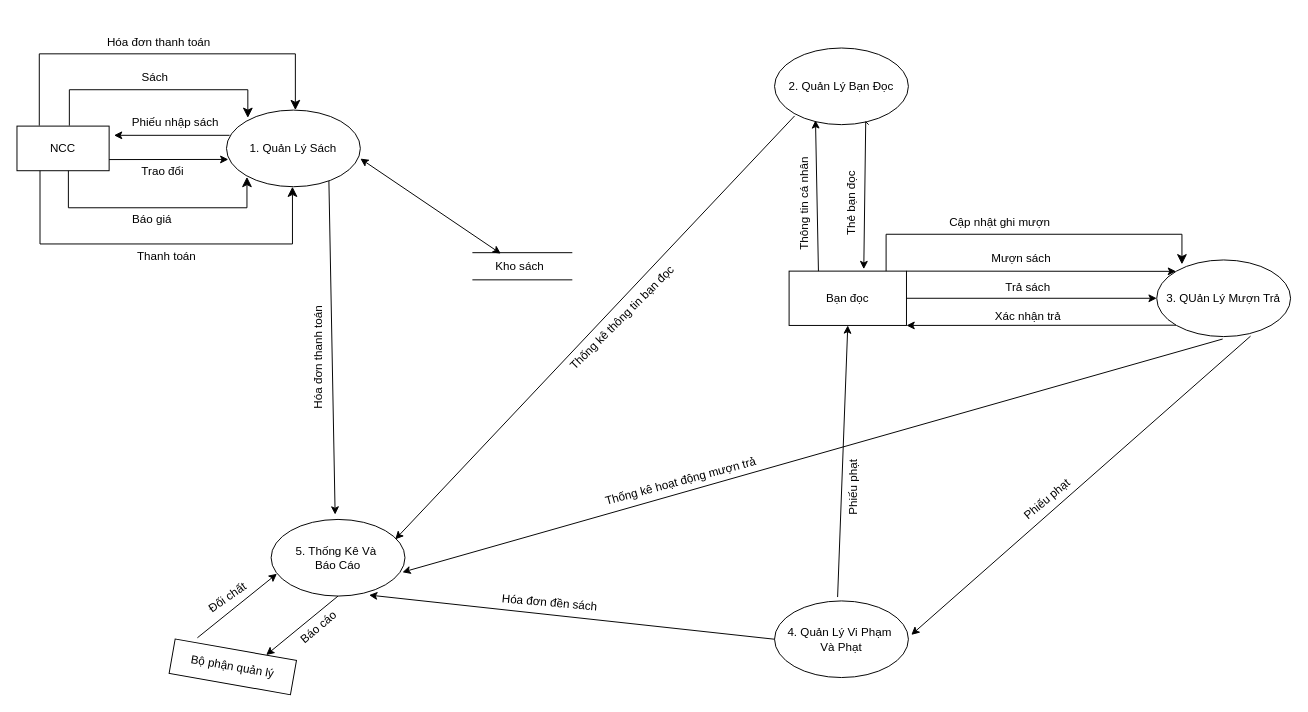
Earlier version of the draw.io diagram page "Sơ đồ mức đỉnh" (4 of 8) of Đồ án nhóm 1.drawio (Nguyenquynh235/DoAnNhom1). Source tidied: cells renumbered, new cells numbered last; positions are measured from the earlier drawing's top-left corner, leaving out a move shared by most shapes. Both pictures are drawn from the tidied source at 97%, with x=0, y=0 at pixel (16, 29).
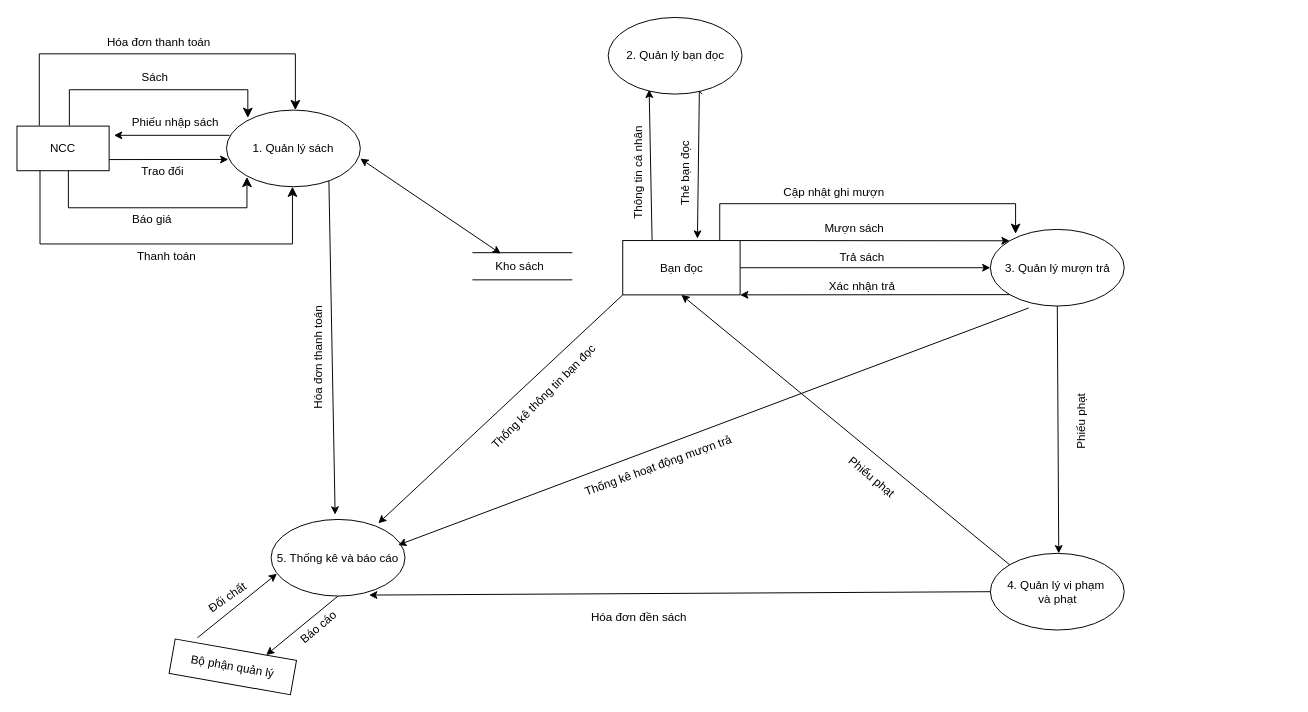
The same diagram, later.

Change to the diagram source:
```diff
@@
-    <mxCell id="2" value="1. Quản Lý Sách" style="ellipse;whiteSpace=wrap;html=1;" parent="1" vertex="1">
+    <mxCell id="2" value="1. Quản lý sách" style="ellipse;whiteSpace=wrap;html=1;" parent="1" vertex="1">
       <mxGeometry x="216" y="83" width="138" height="79" as="geometry" />
     </mxCell>
-    <mxCell id="3" value="2. Quản Lý Bạn Đọc" style="ellipse;whiteSpace=wrap;html=1;" parent="1" vertex="1">
-      <mxGeometry x="781" y="19" width="138" height="79" as="geometry" />
+    <mxCell id="3" value="2. Quản lý bạn đọc" style="ellipse;whiteSpace=wrap;html=1;" parent="1" vertex="1">
+      <mxGeometry x="609.5" y="-12.5" width="138" height="79" as="geometry" />
     </mxCell>
-    <mxCell id="4" value="3. QUản Lý Mượn Trả" style="ellipse;whiteSpace=wrap;html=1;" parent="1" vertex="1">
-      <mxGeometry x="1175" y="237.5" width="138" height="79" as="geometry" />
+    <mxCell id="4" value="3. Quản lý mượn trả" style="ellipse;whiteSpace=wrap;html=1;" parent="1" vertex="1">
+      <mxGeometry x="1003.5" y="206" width="138" height="79" as="geometry" />
     </mxCell>
-    <mxCell id="5" value="4. Quản Lý Vi Phạm&amp;nbsp;&lt;div&gt;Và Phạt&lt;/div&gt;" style="ellipse;whiteSpace=wrap;html=1;" parent="1" vertex="1">
-      <mxGeometry x="781" y="589" width="138" height="79" as="geometry" />
+    <mxCell id="5" value="4. Quản lý vi phạm&amp;nbsp;&lt;div&gt;và phạt&lt;/div&gt;" style="ellipse;whiteSpace=wrap;html=1;" parent="1" vertex="1">
+      <mxGeometry x="1003.5" y="540" width="138" height="79" as="geometry" />
     </mxCell>
-    <mxCell id="6" value="5. Thống Kê Và&amp;nbsp;&lt;div&gt;Báo Cáo&lt;/div&gt;" style="ellipse;whiteSpace=wrap;html=1;" parent="1" vertex="1">
+    <mxCell id="6" value="5. Thống kê và báo cáo" style="ellipse;whiteSpace=wrap;html=1;" parent="1" vertex="1">
       <mxGeometry x="262" y="505" width="138" height="79" as="geometry" />
     </mxCell>
@@
     <mxCell id="15" value="Bạn đọc" style="rounded=0;whiteSpace=wrap;html=1;" parent="1" vertex="1">
-      <mxGeometry x="796" y="249" width="121" height="56" as="geometry" />
+      <mxGeometry x="624.5" y="217.5" width="121" height="56" as="geometry" />
     </mxCell>
@@
     <mxCell id="17" style="endArrow=classic;html=1;rounded=0;exitX=0.703;exitY=1;exitDx=0;exitDy=0;exitPerimeter=0;" parent="1" edge="1" source="3">
       <mxGeometry relative="1" as="geometry">
-        <mxPoint x="873" y="247" as="targetPoint" />
+        <mxPoint x="701.5" y="215.5" as="targetPoint" />
         <Array as="points">
-          <mxPoint x="875" y="95" />
+          <mxPoint x="703.5" y="63.5" />
         </Array>
       </mxGeometry>
     </mxCell>
-    <mxCell id="18" style="endArrow=classic;html=1;rounded=0;entryX=0.5;entryY=1;entryDx=0;entryDy=0;" parent="1" edge="1" target="15">
-      <mxGeometry relative="1" as="geometry">
-        <mxPoint x="846" y="585" as="sourcePoint" />
-      </mxGeometry>
+    <mxCell id="18" style="endArrow=classic;html=1;rounded=0;entryX=0.5;entryY=1;entryDx=0;entryDy=0;exitX=0;exitY=0;exitDx=0;exitDy=0;" parent="1" edge="1" source="5" target="15">
+      <mxGeometry relative="1" as="geometry" />
     </mxCell>
-    <mxCell id="19" style="endArrow=classic;html=1;rounded=0;exitX=0.701;exitY=0.994;exitDx=0;exitDy=0;exitPerimeter=0;" parent="1" edge="1" source="4">
+    <mxCell id="19" style="endArrow=classic;html=1;rounded=0;exitX=0.5;exitY=1;exitDx=0;exitDy=0;" parent="1" edge="1" source="4">
       <mxGeometry relative="1" as="geometry">
-        <mxPoint x="922" y="624" as="targetPoint" />
+        <mxPoint x="1074" y="540" as="targetPoint" />
       </mxGeometry>
     </mxCell>
-    <mxCell id="20" style="endArrow=classic;html=1;rounded=0;entryX=0.981;entryY=0.689;entryDx=0;entryDy=0;entryPerimeter=0;" parent="1" edge="1" target="6">
+    <mxCell id="20" style="endArrow=classic;html=1;rounded=0;entryX=0.981;entryY=0.689;entryDx=0;entryDy=0;entryPerimeter=0;" parent="1" edge="1">
       <mxGeometry relative="1" as="geometry">
-        <mxPoint x="1243" y="319" as="sourcePoint" />
+        <mxPoint x="1043" y="287" as="sourcePoint" />
+        <mxPoint x="393" y="531.4" as="targetPoint" />
       </mxGeometry>
     </mxCell>
     <mxCell id="21" style="edgeStyle=elbowEdgeStyle;elbow=vertical;endArrow=classic;html=1;curved=0;rounded=0;endSize=8;startSize=8;exitX=0.868;exitY=0.036;exitDx=0;exitDy=0;exitPerimeter=0;" parent="1" edge="1">
       <mxGeometry relative="1" as="geometry">
-        <mxPoint x="896" y="249" as="sourcePoint" />
-        <mxPoint x="1201" y="242" as="targetPoint" />
+        <mxPoint x="724.5" y="217.5" as="sourcePoint" />
+        <mxPoint x="1029.5" y="210.5" as="targetPoint" />
         <Array as="points">
-          <mxPoint x="1234" y="211" />
+          <mxPoint x="1062.5" y="179.5" />
         </Array>
       </mxGeometry>
     </mxCell>
@@
-    <mxCell id="27" style="endArrow=classic;html=1;rounded=0;exitX=0.078;exitY=0.775;exitDx=0;exitDy=0;exitPerimeter=0;entryX=1;entryY=0;entryDx=0;entryDy=0;" parent="1" edge="1">
+    <mxCell id="27" style="endArrow=classic;html=1;rounded=0;exitX=0;exitY=1;exitDx=0;exitDy=0;entryX=1;entryY=0;entryDx=0;entryDy=0;" parent="1" edge="1" source="15">
       <mxGeometry relative="1" as="geometry">
-        <mxPoint x="801.7" y="89" as="sourcePoint" />
-        <mxPoint x="390" y="525.5" as="targetPoint" />
+        <mxPoint x="372.5" y="509" as="targetPoint" />
       </mxGeometry>
     </mxCell>
@@
     <mxCell id="42" value="Thống kê thông tin bạn đọc" style="text;html=1;align=center;verticalAlign=middle;strokeColor=none;fillColor=none;rotation=-45;" parent="1" vertex="1">
-      <mxGeometry x="542" y="285" width="163" height="26" as="geometry" />
+      <mxGeometry x="461.5" y="366" width="163" height="26" as="geometry" />
     </mxCell>
     <mxCell id="43" value="Thẻ bạn đọc" style="text;html=1;align=center;verticalAlign=middle;strokeColor=none;fillColor=none;rotation=-90;" parent="1" vertex="1">
-      <mxGeometry x="818" y="167" width="85" height="26" as="geometry" />
+      <mxGeometry x="646.5" y="135.5" width="85" height="26" as="geometry" />
     </mxCell>
     <mxCell id="44" value="Thông tin cá nhân" style="text;html=1;align=center;verticalAlign=middle;strokeColor=none;fillColor=none;rotation=-90;" parent="1" vertex="1">
-      <mxGeometry x="755" y="167" width="114" height="26" as="geometry" />
+      <mxGeometry x="583.5" y="135.5" width="114" height="26" as="geometry" />
     </mxCell>
-    <mxCell id="45" value="Phiếu phạt" style="text;html=1;align=center;verticalAlign=middle;strokeColor=none;fillColor=none;rotation=-90;" parent="1" vertex="1">
-      <mxGeometry x="825" y="460" width="75" height="26" as="geometry" />
+    <mxCell id="45" value="Phiếu phạt" style="text;html=1;align=center;verticalAlign=middle;strokeColor=none;fillColor=none;rotation=40;" parent="1" vertex="1">
+      <mxGeometry x="843" y="448" width="75" height="26" as="geometry" />
     </mxCell>
-    <mxCell id="46" value="Phiếu phạt" style="text;html=1;align=center;verticalAlign=middle;strokeColor=none;fillColor=none;rotation=-40;" parent="1" vertex="1">
-      <mxGeometry x="1024" y="472" width="75" height="26" as="geometry" />
+    <mxCell id="46" value="Phiếu phạt" style="text;html=1;align=center;verticalAlign=middle;strokeColor=none;fillColor=none;rotation=-90;" parent="1" vertex="1">
+      <mxGeometry x="1060" y="392" width="75" height="26" as="geometry" />
     </mxCell>
-    <mxCell id="47" value="Thống kê hoạt động mượn trả" style="text;html=1;align=center;verticalAlign=middle;strokeColor=none;fillColor=none;rotation=-15;" parent="1" vertex="1">
-      <mxGeometry x="595" y="453" width="178" height="26" as="geometry" />
+    <mxCell id="47" value="Thống kê hoạt động mượn trả" style="text;html=1;align=center;verticalAlign=middle;strokeColor=none;fillColor=none;rotation=-20;" parent="1" vertex="1">
+      <mxGeometry x="572" y="437" width="178" height="26" as="geometry" />
     </mxCell>
-    <mxCell id="48" value="Hóa đơn đền sách" style="text;html=1;align=center;verticalAlign=middle;strokeColor=none;fillColor=none;rotation=5;" parent="1" vertex="1">
-      <mxGeometry x="490" y="578" width="117" height="26" as="geometry" />
+    <mxCell id="48" value="Hóa đơn đền sách" style="text;html=1;align=center;verticalAlign=middle;strokeColor=none;fillColor=none;rotation=0;" parent="1" vertex="1">
+      <mxGeometry x="582" y="593" width="117" height="26" as="geometry" />
     </mxCell>
     <mxCell id="49" value="Cập nhật ghi mượn" style="text;html=1;align=center;verticalAlign=middle;strokeColor=none;fillColor=none;" parent="1" vertex="1">
-      <mxGeometry x="952" y="186" width="122" height="26" as="geometry" />
+      <mxGeometry x="780.5" y="154.5" width="122" height="26" as="geometry" />
     </mxCell>
     <mxCell id="50" value="Mượn sách" style="text;html=1;align=center;verticalAlign=middle;strokeColor=none;fillColor=none;" parent="1" vertex="1">
-      <mxGeometry x="995" y="223" width="79" height="26" as="geometry" />
+      <mxGeometry x="823.5" y="191.5" width="79" height="26" as="geometry" />
     </mxCell>
     <mxCell id="51" value="Trả sách" style="text;html=1;align=center;verticalAlign=middle;strokeColor=none;fillColor=none;" parent="1" vertex="1">
-      <mxGeometry x="1010" y="253" width="64" height="26" as="geometry" />
+      <mxGeometry x="838.5" y="221.5" width="64" height="26" as="geometry" />
     </mxCell>
     <mxCell id="52" value="Xác nhận trả" style="text;html=1;align=center;verticalAlign=middle;strokeColor=none;fillColor=none;" parent="1" vertex="1">
-      <mxGeometry x="999" y="283" width="86" height="26" as="geometry" />
+      <mxGeometry x="827.5" y="251.5" width="86" height="26" as="geometry" />
     </mxCell>
```
